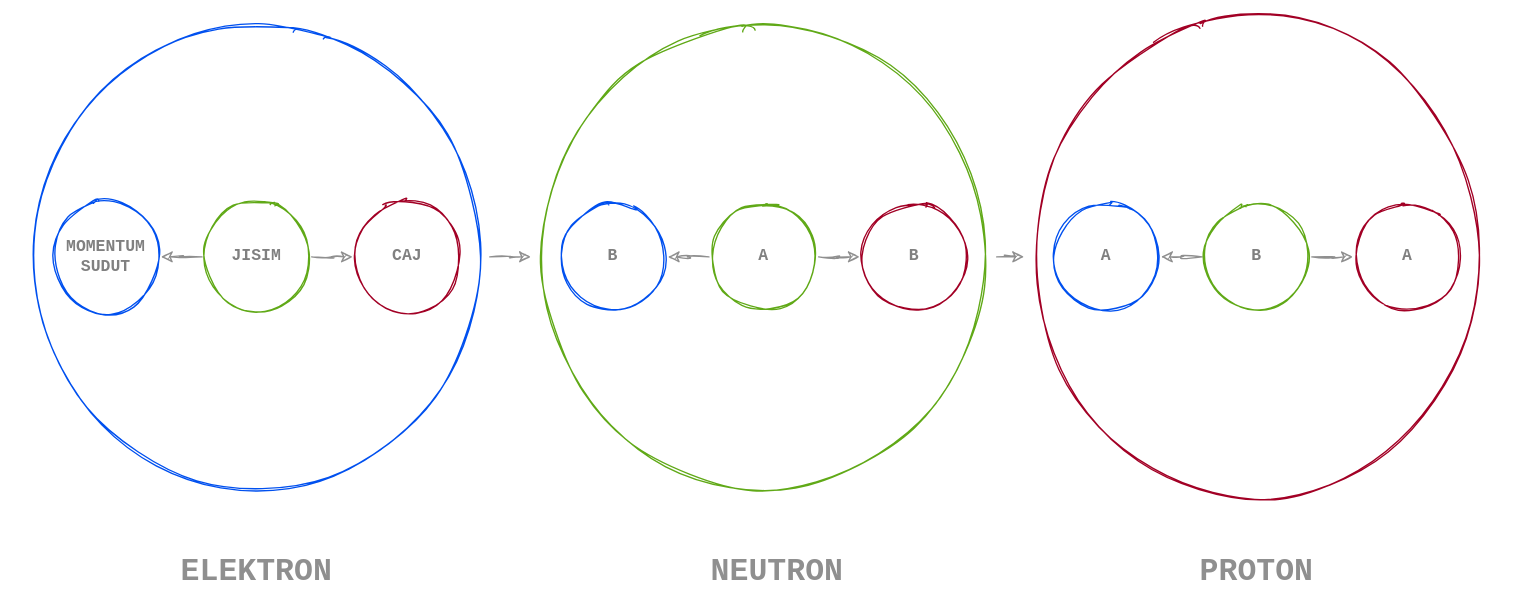
hassanhabib/The-Standard-Malaysian keeps this draw.io diagram as page "0.0.4" (3 of 7) of 0. Pendahuluan/Sumber/Teori/Teori.drawio. Above is the earlier version. Source tidied: cells renumbered, new cells numbered last; positions are measured from the earlier drawing's top-left corner, leaving out a move shared by most shapes. Both pictures are drawn from the tidied source at 137%, with x=0, y=0 at pixel (23, 23).
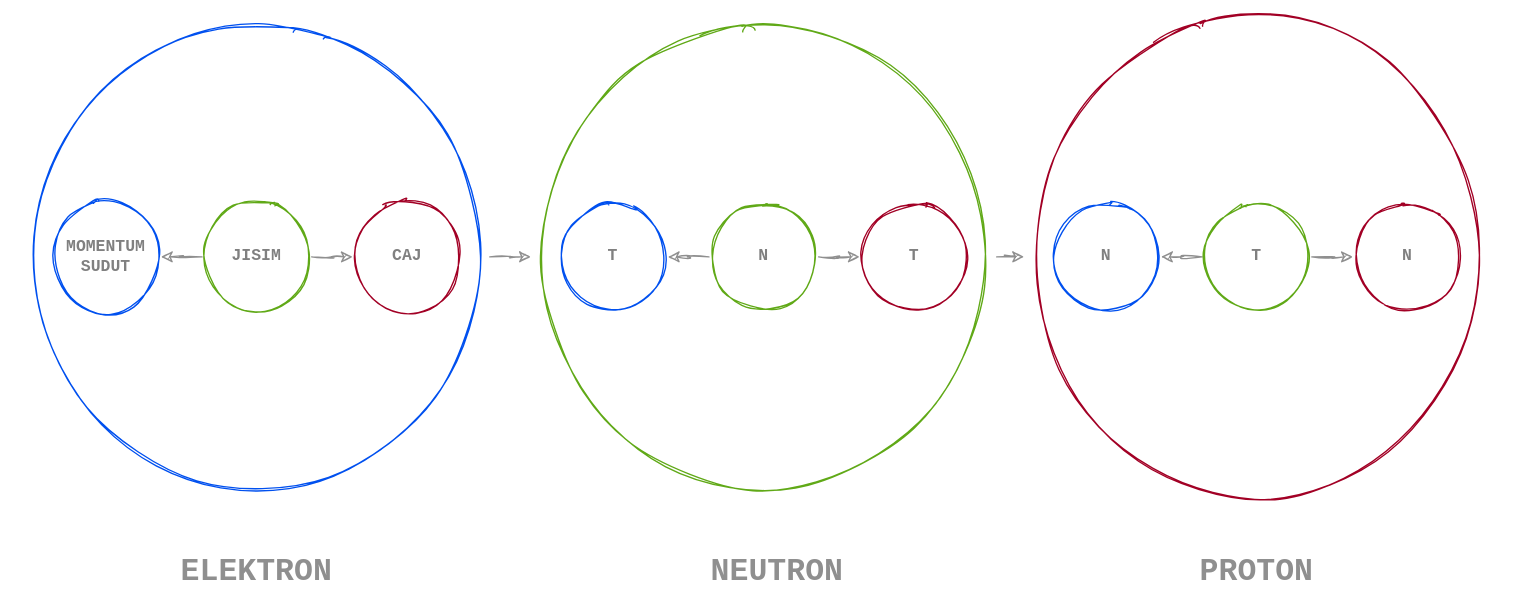
The same page after the edit.

Commit message (it also covers changes not shown here):
change translation of up down quarks

Change to the diagram source:
```diff
@@
-    <mxCell id="5" value="B" style="ellipse;whiteSpace=wrap;html=1;sketch=1;rounded=1;fillColor=none;fontColor=#808080;strokeColor=#60A917;fontFamily=Courier New;fontStyle=1;" parent="1" vertex="1">
+    <mxCell id="5" value="T" style="ellipse;whiteSpace=wrap;html=1;sketch=1;rounded=1;fillColor=none;fontColor=#808080;strokeColor=#60A917;fontFamily=Courier New;fontStyle=1;" parent="1" vertex="1">
       <mxGeometry x="860" y="130" width="80" height="80" as="geometry" />
     </mxCell>
-    <mxCell id="6" value="A" style="ellipse;whiteSpace=wrap;html=1;sketch=1;rounded=1;fillColor=none;fontColor=#808080;strokeColor=#A20025;fontFamily=Courier New;fontStyle=1;" parent="1" vertex="1">
+    <mxCell id="6" value="N" style="ellipse;whiteSpace=wrap;html=1;sketch=1;rounded=1;fillColor=none;fontColor=#808080;strokeColor=#A20025;fontFamily=Courier New;fontStyle=1;" parent="1" vertex="1">
       <mxGeometry x="970" y="130" width="80" height="80" as="geometry" />
     </mxCell>
-    <mxCell id="7" value="A" style="ellipse;whiteSpace=wrap;html=1;sketch=1;rounded=1;fillColor=none;fontColor=#808080;strokeColor=#0050EF;fontFamily=Courier New;fontStyle=1;" parent="1" vertex="1">
+    <mxCell id="7" value="N" style="ellipse;whiteSpace=wrap;html=1;sketch=1;rounded=1;fillColor=none;fontColor=#808080;strokeColor=#0050EF;fontFamily=Courier New;fontStyle=1;" parent="1" vertex="1">
       <mxGeometry x="750" y="130" width="80" height="80" as="geometry" />
     </mxCell>
@@
-    <mxCell id="12" value="A" style="ellipse;whiteSpace=wrap;html=1;sketch=1;rounded=1;fillColor=none;fontColor=#808080;strokeColor=#60A917;fontFamily=Courier New;fontStyle=1;" parent="1" vertex="1">
+    <mxCell id="12" value="N" style="ellipse;whiteSpace=wrap;html=1;sketch=1;rounded=1;fillColor=none;fontColor=#808080;strokeColor=#60A917;fontFamily=Courier New;fontStyle=1;" parent="1" vertex="1">
       <mxGeometry x="500" y="130" width="80" height="80" as="geometry" />
     </mxCell>
-    <mxCell id="13" value="B" style="ellipse;whiteSpace=wrap;html=1;sketch=1;rounded=1;fillColor=none;fontColor=#808080;strokeColor=#A20025;fontFamily=Courier New;fontStyle=1;" parent="1" vertex="1">
+    <mxCell id="13" value="T" style="ellipse;whiteSpace=wrap;html=1;sketch=1;rounded=1;fillColor=none;fontColor=#808080;strokeColor=#A20025;fontFamily=Courier New;fontStyle=1;" parent="1" vertex="1">
       <mxGeometry x="610" y="130" width="80" height="80" as="geometry" />
     </mxCell>
-    <mxCell id="14" value="B" style="ellipse;whiteSpace=wrap;html=1;sketch=1;rounded=1;fillColor=none;fontColor=#808080;strokeColor=#0050EF;fontFamily=Courier New;fontStyle=1;" parent="1" vertex="1">
+    <mxCell id="14" value="T" style="ellipse;whiteSpace=wrap;html=1;sketch=1;rounded=1;fillColor=none;fontColor=#808080;strokeColor=#0050EF;fontFamily=Courier New;fontStyle=1;" parent="1" vertex="1">
       <mxGeometry x="390" y="130" width="80" height="80" as="geometry" />
     </mxCell>
```
